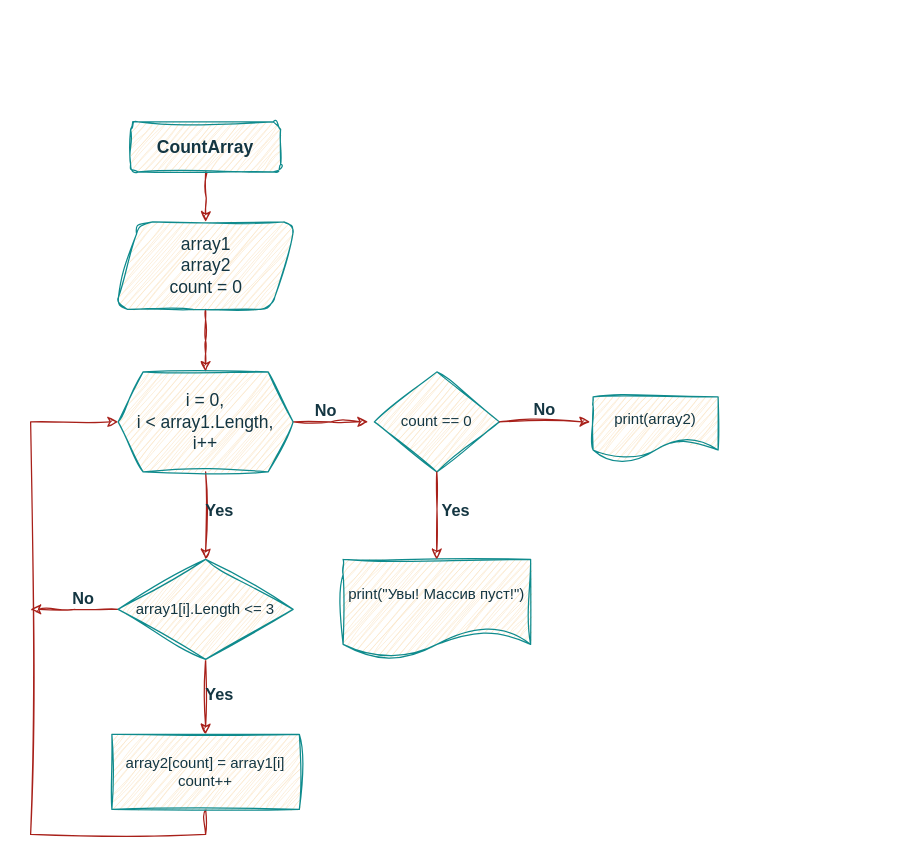
This is FINAL_TEST/CountArray.drawio from olgashenkel/GB_CSharp, a draw.io file, before an edit. Source tidied: cells renumbered, new cells numbered last; positions are measured from the earlier drawing's top-left corner, leaving out a move shared by most shapes. Both pictures are drawn from the tidied source at 125%, with x=0, y=0 at pixel (30, 121).
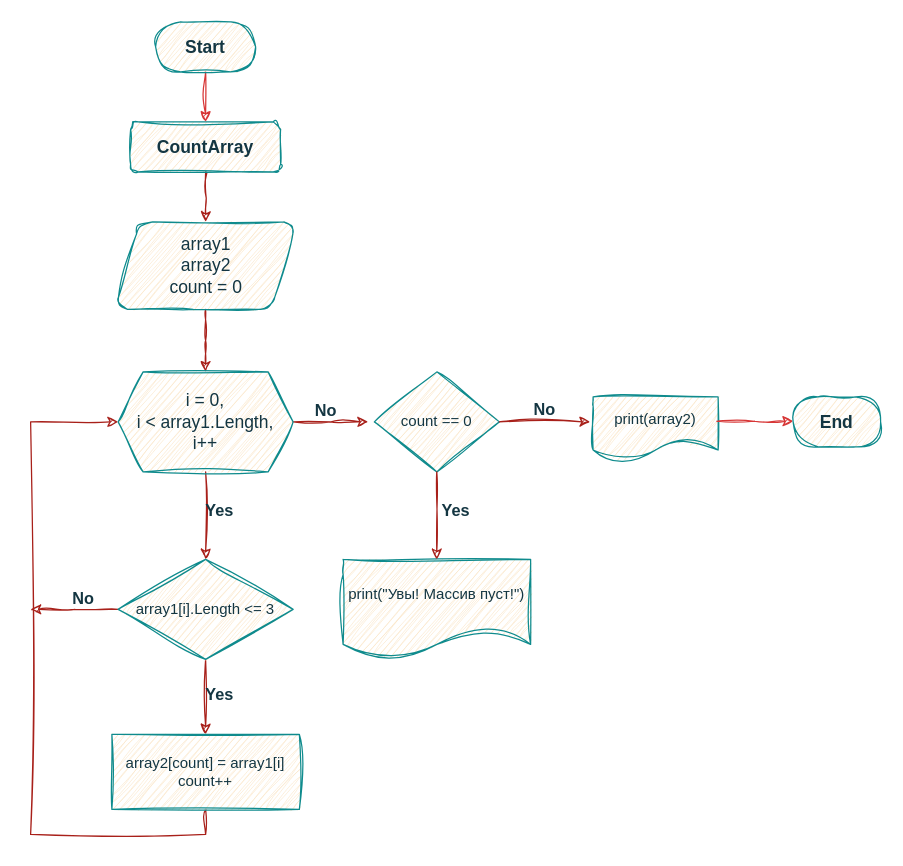
Above is the later version.

Unchanged cells that the change refers to:
```xml
<mxCell id="3" value="CountArray" style="rounded=1;whiteSpace=wrap;html=1;fontSize=14;fontStyle=1;labelBackgroundColor=none;fillColor=#FAE5C7;strokeColor=#0F8B8D;fontColor=#143642;sketch=1;curveFitting=1;jiggle=2;" parent="1" vertex="1">
  <mxGeometry x="80" width="120" height="40" as="geometry" />
</mxCell>
```

What changed in the source:
```diff
@@
+    <mxCell id="25" style="edgeStyle=orthogonalEdgeStyle;rounded=0;sketch=1;hachureGap=4;jiggle=2;curveFitting=1;jettySize=auto;html=1;entryX=0.5;entryY=0;entryDx=0;entryDy=0;fontFamily=Architects Daughter;strokeColor=#d73737;" parent="1" edge="1" source="26" target="3">
+      <mxGeometry relative="1" as="geometry" />
+    </mxCell>
+    <mxCell id="26" value="Start" style="rounded=1;whiteSpace=wrap;html=1;fontSize=14;fontStyle=1;labelBackgroundColor=none;fillColor=#FAE5C7;strokeColor=#0F8B8D;fontColor=#143642;sketch=1;curveFitting=1;jiggle=2;arcSize=50;" parent="1" vertex="1">
+      <mxGeometry x="100" y="-80" width="80" height="40" as="geometry" />
+    </mxCell>
+    <mxCell id="27" style="edgeStyle=orthogonalEdgeStyle;rounded=0;sketch=1;hachureGap=4;jiggle=2;curveFitting=1;orthogonalLoop=1;jettySize=auto;html=1;fontFamily=Architects Daughter;strokeColor=#d73737;entryX=0;entryY=0.5;entryDx=0;entryDy=0;" parent="1" edge="1">
+      <mxGeometry relative="1" as="geometry">
+        <mxPoint x="549" y="239.5" as="sourcePoint" />
+        <mxPoint x="610" y="239.5" as="targetPoint" />
+        <Array as="points">
+          <mxPoint x="579" y="239.5" />
+          <mxPoint x="579" y="239.5" />
+        </Array>
+      </mxGeometry>
+    </mxCell>
+    <mxCell id="28" value="End" style="rounded=1;whiteSpace=wrap;html=1;fontSize=14;fontStyle=1;labelBackgroundColor=none;fillColor=#FAE5C7;strokeColor=#0F8B8D;fontColor=#143642;sketch=1;curveFitting=1;jiggle=2;arcSize=50;" parent="1" vertex="1">
+      <mxGeometry x="610" y="220" width="70" height="40" as="geometry" />
+    </mxCell>
```
